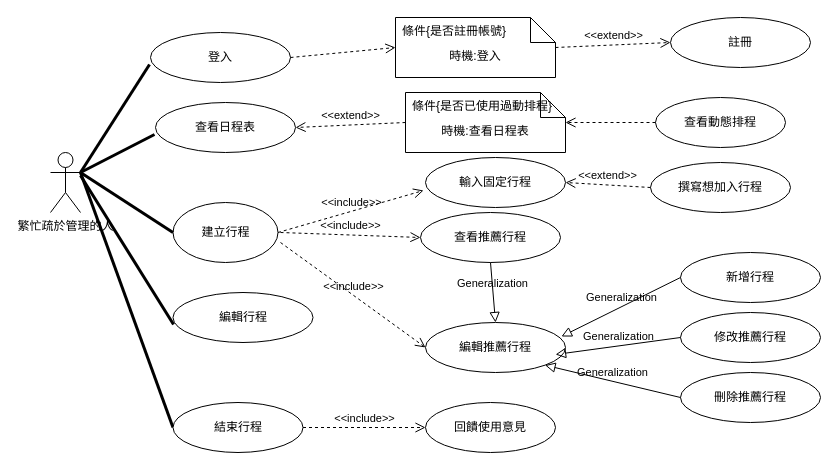
Before: 使用個案圖.drawio in Kevincheng0804/Graduation-Topic, a draw.io diagram. Source tidied: cells renumbered, new cells numbered last; positions are measured from the earlier drawing's top-left corner, leaving out a move shared by most shapes. Both pictures are drawn from the tidied source at 100%, with x=0, y=0 at pixel (50, 17).
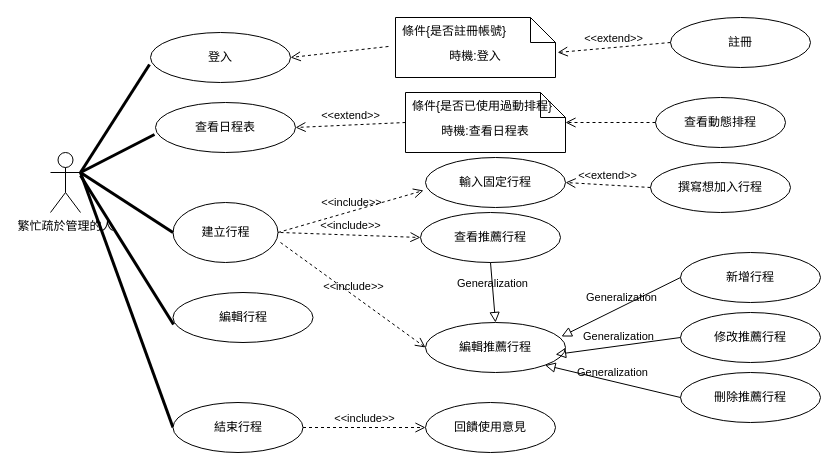
Above is the later version.

Commit message:
更新使用個案圖11/18 18:24.drawio

Unchanged cells that the change refers to:
```xml
<mxCell id="3" value="登入" style="ellipse;html=1;whiteSpace=wrap;" parent="1" vertex="1">
  <mxGeometry x="100" y="15" width="140" height="50" as="geometry" />
</mxCell>
<mxCell id="5" value="註冊" style="ellipse;html=1;whiteSpace=wrap;" parent="1" vertex="1">
  <mxGeometry x="620" width="140" height="50" as="geometry" />
</mxCell>
<mxCell id="42" value="時機:登入" style="shape=note2;boundedLbl=1;whiteSpace=wrap;html=1;size=25;verticalAlign=top;align=center;" parent="1" vertex="1">
  <mxGeometry x="345" width="160" height="60" as="geometry" />
</mxCell>
```

Change to the diagram source:
```diff
@@
-    <mxCell id="6" value="&amp;lt;&amp;lt;extend&amp;gt;&amp;gt;" style="endArrow=open;startArrow=none;endFill=0;startFill=0;endSize=8;html=1;verticalAlign=bottom;dashed=1;labelBackgroundColor=none;rounded=0;exitX=1;exitY=0.5;exitDx=0;exitDy=0;entryX=0;entryY=0.5;entryDx=0;entryDy=0;" parent="1" edge="1" source="42" target="5">
+    <mxCell id="6" value="&amp;lt;&amp;lt;extend&amp;gt;&amp;gt;" style="endArrow=open;startArrow=none;endFill=0;startFill=0;endSize=8;html=1;verticalAlign=bottom;dashed=1;labelBackgroundColor=none;rounded=0;exitX=0;exitY=0.5;exitDx=0;exitDy=0;entryX=1.013;entryY=0.583;entryDx=0;entryDy=0;entryPerimeter=0;" parent="1" edge="1" source="5" target="42">
       <mxGeometry relative="1" as="geometry" />
     </mxCell>
@@
-    <mxCell id="41" style="endArrow=open;startArrow=none;endFill=0;startFill=0;endSize=8;html=1;verticalAlign=bottom;dashed=1;labelBackgroundColor=none;rounded=0;exitX=1;exitY=0.5;exitDx=0;exitDy=0;entryX=0;entryY=0.5;entryDx=0;entryDy=0;" parent="1" edge="1" source="3" target="42">
+    <mxCell id="41" style="endArrow=open;startArrow=none;endFill=0;startFill=0;endSize=8;html=1;verticalAlign=bottom;dashed=1;labelBackgroundColor=none;rounded=0;exitX=-0.044;exitY=0.483;exitDx=0;exitDy=0;exitPerimeter=0;entryX=1;entryY=0.5;entryDx=0;entryDy=0;" parent="1" edge="1" source="42" target="3">
       <mxGeometry relative="1" as="geometry" />
     </mxCell>
```
